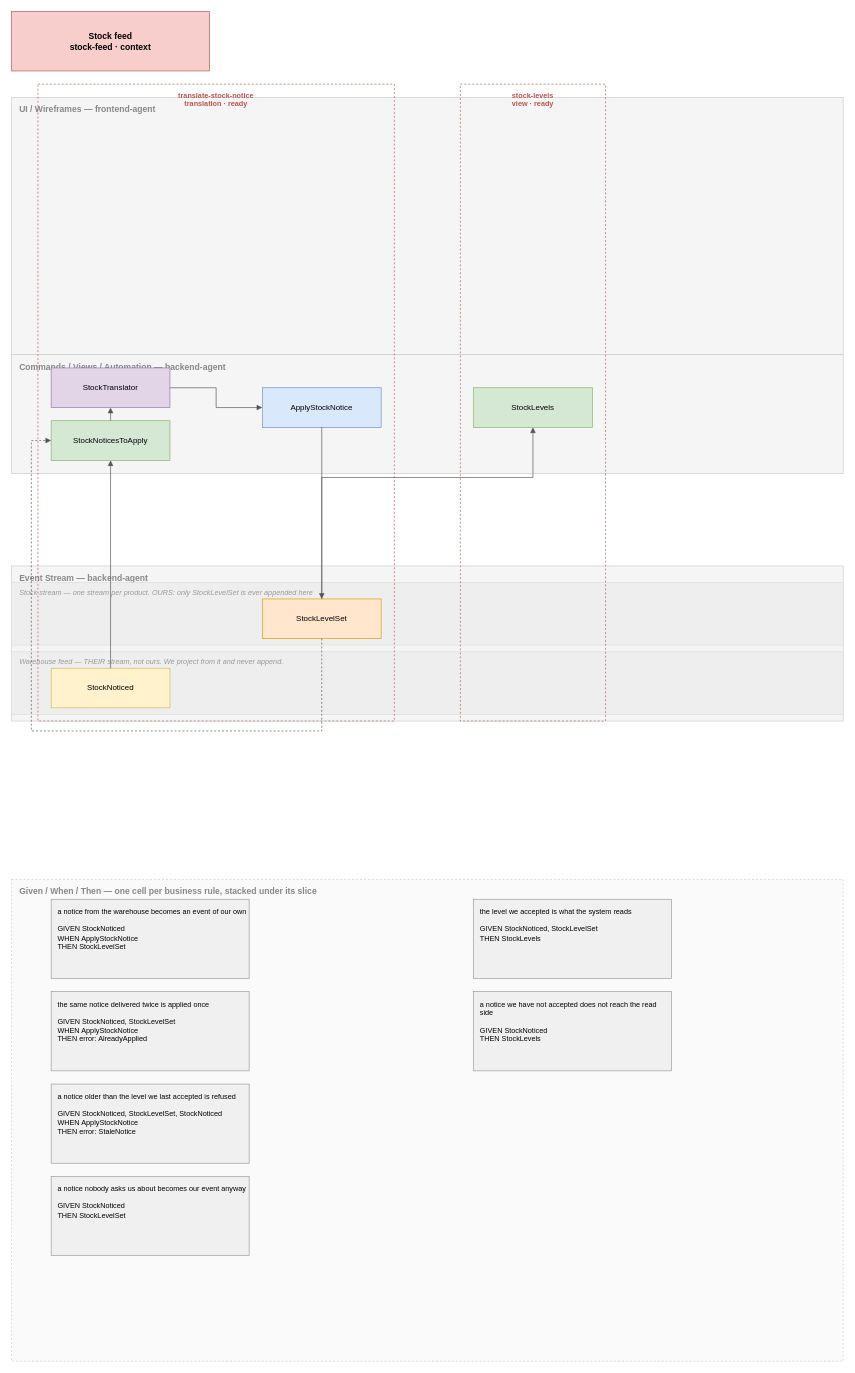
Above: reference-implementations/translation/stock-feed/stock-feed.drawio in attrectomma/ClaudeEventModeler (draw.io), before the change. Source tidied: cells renumbered, new cells numbered last; positions are measured from the earlier drawing's top-left corner, leaving out a move shared by most shapes. Both pictures are drawn from the tidied source at 66%, with x=0, y=0 at pixel (11, 11).
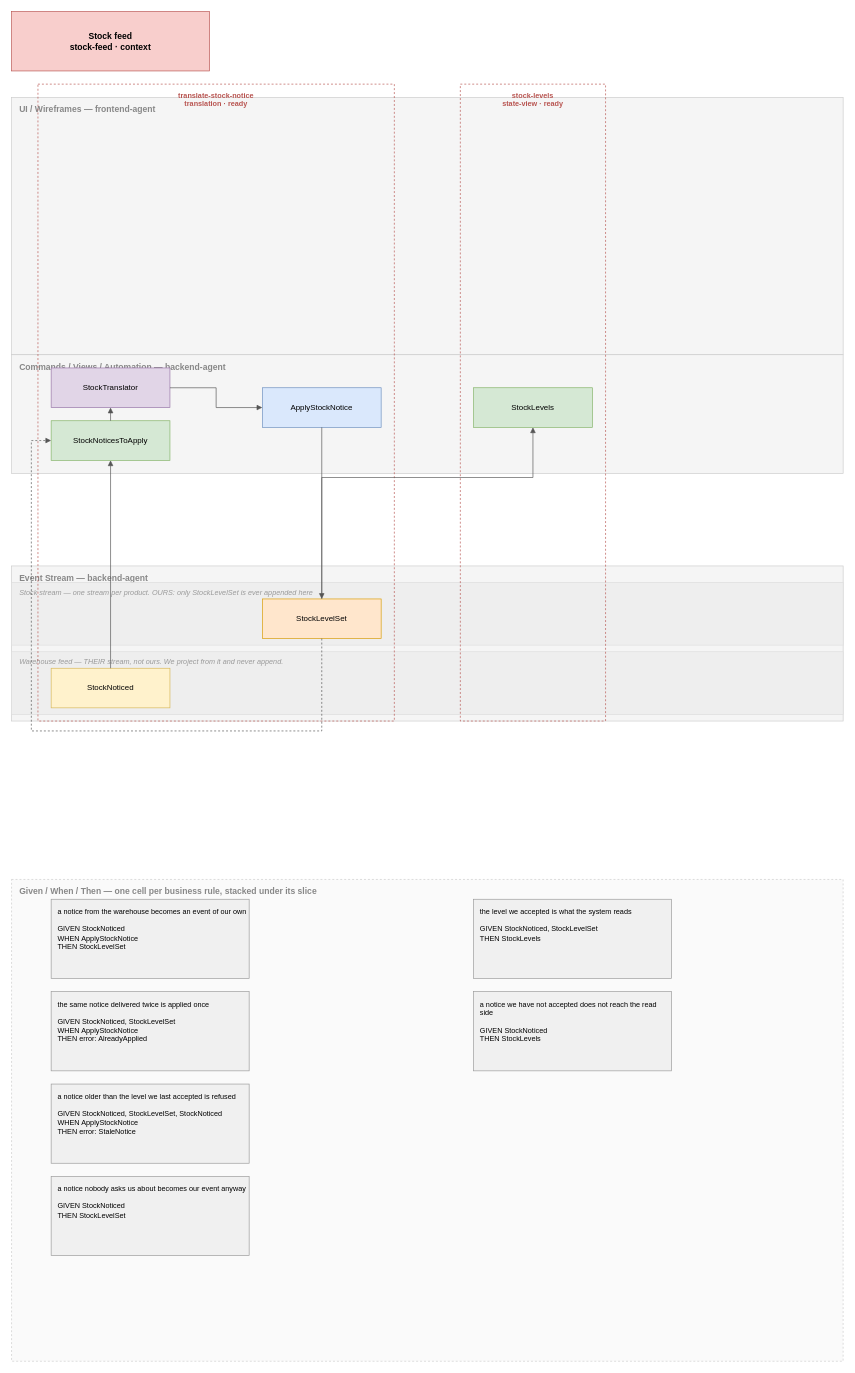
The same diagram, later.

The edit, as a diff of the source:
```diff
@@
-    <mxCell id="19" value="stock-levels&#10;view · ready" style="rounded=0;whiteSpace=wrap;html=1;fillColor=none;strokeColor=#b85450;dashed=1;verticalAlign=top;align=center;spacingTop=4;fontStyle=1;fontColor=#b85450;fontSize=11;" parent="1" vertex="1">
+    <mxCell id="19" value="stock-levels&#10;state-view · ready" style="rounded=0;whiteSpace=wrap;html=1;fillColor=none;strokeColor=#b85450;dashed=1;verticalAlign=top;align=center;spacingTop=4;fontStyle=1;fontColor=#b85450;fontSize=11;" parent="1" vertex="1">
       <mxGeometry x="680" y="110" width="220" height="965" as="geometry" />
     </mxCell>
```
